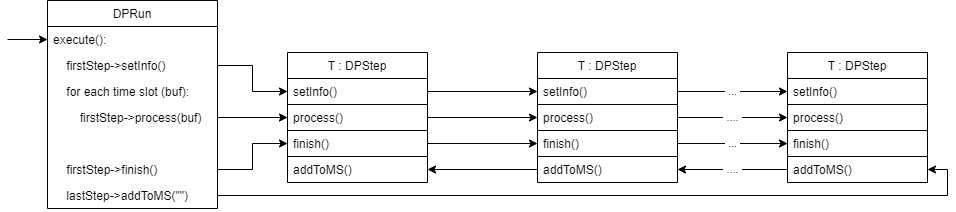
The draw.io diagram docs/doxygen/images/flow.png in lofar-astron/DP3, before a commit. Source tidied: cells renumbered, new cells last; positions are measured from the earlier drawing's top-left corner, leaving out a move shared by most shapes. Source of this version:
```xml
<mxGraphModel>
  <root>
    <mxCell id="0" />
    <mxCell id="1" parent="0" />
    <mxCell id="2" value="T : DPStep" style="swimlane;fontStyle=0;horizontal=1;startSize=26;fillColor=none;" parent="1" vertex="1">
      <mxGeometry x="280" y="52" width="140" height="130" as="geometry" />
    </mxCell>
    <mxCell id="3" value="setInfo()" style="text;align=left;verticalAlign=top;spacingLeft=4;spacingRight=4;overflow=hidden;points=[[0,0.5],[1,0.5]];portConstraint=eastwest;strokeColor=#000000;" parent="2" vertex="1">
      <mxGeometry y="26" width="140" height="26" as="geometry" />
    </mxCell>
    <mxCell id="4" value="process()" style="text;strokeColor=none;fillColor=none;align=left;verticalAlign=top;spacingLeft=4;spacingRight=4;overflow=hidden;points=[[0,0.5],[1,0.5]];portConstraint=eastwest;" parent="2" vertex="1">
      <mxGeometry y="52" width="140" height="26" as="geometry" />
    </mxCell>
    <mxCell id="5" value="finish()" style="text;strokeColor=#000000;fillColor=none;align=left;verticalAlign=top;spacingLeft=4;spacingRight=4;overflow=hidden;points=[[0,0.5],[1,0.5]];portConstraint=eastwest;" parent="2" vertex="1">
      <mxGeometry y="78" width="140" height="26" as="geometry" />
    </mxCell>
    <mxCell id="6" value="addToMS()" style="text;strokeColor=none;fillColor=none;align=left;verticalAlign=top;spacingLeft=4;spacingRight=4;overflow=hidden;points=[[0,0.5],[1,0.5]];portConstraint=eastwest;" parent="2" vertex="1">
      <mxGeometry y="104" width="140" height="26" as="geometry" />
    </mxCell>
    <mxCell id="7" style="edgeStyle=orthogonalEdgeStyle;rounded=0;jettySize=auto;html=1;entryX=0;entryY=0.5;entryDx=0;entryDy=0;" parent="1" edge="1" source="3" target="16">
      <mxGeometry relative="1" as="geometry" />
    </mxCell>
    <mxCell id="8" style="edgeStyle=orthogonalEdgeStyle;rounded=0;jettySize=auto;html=1;entryX=0;entryY=0.5;entryDx=0;entryDy=0;" parent="1" edge="1" source="4" target="17">
      <mxGeometry relative="1" as="geometry" />
    </mxCell>
    <mxCell id="9" style="edgeStyle=orthogonalEdgeStyle;rounded=0;jettySize=auto;html=1;entryX=0;entryY=0.5;entryDx=0;entryDy=0;" parent="1" edge="1" source="5" target="18">
      <mxGeometry relative="1" as="geometry" />
    </mxCell>
    <mxCell id="10" style="edgeStyle=orthogonalEdgeStyle;rounded=0;jettySize=auto;html=1;entryX=1;entryY=0.5;entryDx=0;entryDy=0;" parent="1" edge="1" source="19" target="6">
      <mxGeometry relative="1" as="geometry" />
    </mxCell>
    <mxCell id="11" value="&amp;nbsp;...&amp;nbsp;" style="edgeStyle=orthogonalEdgeStyle;rounded=0;jettySize=auto;html=1;entryX=0;entryY=0.5;entryDx=0;entryDy=0;" parent="1" edge="1" source="16" target="21">
      <mxGeometry relative="1" as="geometry" />
    </mxCell>
    <mxCell id="12" value="&amp;nbsp;....&amp;nbsp;" style="edgeStyle=orthogonalEdgeStyle;rounded=0;jettySize=auto;html=1;" parent="1" edge="1" source="17" target="22">
      <mxGeometry relative="1" as="geometry" />
    </mxCell>
    <mxCell id="13" value="&amp;nbsp;....&amp;nbsp;" style="edgeStyle=orthogonalEdgeStyle;rounded=0;jettySize=auto;html=1;entryX=1;entryY=0.5;entryDx=0;entryDy=0;" parent="1" edge="1" source="24" target="19">
      <mxGeometry relative="1" as="geometry" />
    </mxCell>
    <mxCell id="14" value="&amp;nbsp;...&amp;nbsp;" style="edgeStyle=orthogonalEdgeStyle;rounded=0;jettySize=auto;html=1;entryX=0;entryY=0.5;entryDx=0;entryDy=0;" parent="1" edge="1" source="18" target="23">
      <mxGeometry relative="1" as="geometry" />
    </mxCell>
    <mxCell id="15" value="T : DPStep" style="swimlane;fontStyle=0;horizontal=1;startSize=26;fillColor=none;" parent="1" vertex="1">
      <mxGeometry x="530" y="52" width="140" height="130" as="geometry" />
    </mxCell>
    <mxCell id="16" value="setInfo()" style="text;strokeColor=#000000;fillColor=none;align=left;verticalAlign=top;spacingLeft=4;spacingRight=4;overflow=hidden;points=[[0,0.5],[1,0.5]];portConstraint=eastwest;" parent="15" vertex="1">
      <mxGeometry y="26" width="140" height="26" as="geometry" />
    </mxCell>
    <mxCell id="17" value="process()" style="text;strokeColor=none;fillColor=none;align=left;verticalAlign=top;spacingLeft=4;spacingRight=4;overflow=hidden;points=[[0,0.5],[1,0.5]];portConstraint=eastwest;" parent="15" vertex="1">
      <mxGeometry y="52" width="140" height="26" as="geometry" />
    </mxCell>
    <mxCell id="18" value="finish()" style="text;strokeColor=#000000;fillColor=none;align=left;verticalAlign=top;spacingLeft=4;spacingRight=4;overflow=hidden;points=[[0,0.5],[1,0.5]];portConstraint=eastwest;" parent="15" vertex="1">
      <mxGeometry y="78" width="140" height="26" as="geometry" />
    </mxCell>
    <mxCell id="19" value="addToMS()" style="text;strokeColor=none;fillColor=none;align=left;verticalAlign=top;spacingLeft=4;spacingRight=4;overflow=hidden;points=[[0,0.5],[1,0.5]];portConstraint=eastwest;" parent="15" vertex="1">
      <mxGeometry y="104" width="140" height="26" as="geometry" />
    </mxCell>
    <mxCell id="20" value="T : DPStep" style="swimlane;fontStyle=0;horizontal=1;startSize=26;fillColor=none;" parent="1" vertex="1">
      <mxGeometry x="780" y="52" width="140" height="130" as="geometry" />
    </mxCell>
    <mxCell id="21" value="setInfo()" style="text;strokeColor=#000000;fillColor=none;align=left;verticalAlign=top;spacingLeft=4;spacingRight=4;overflow=hidden;points=[[0,0.5],[1,0.5]];portConstraint=eastwest;" parent="20" vertex="1">
      <mxGeometry y="26" width="140" height="26" as="geometry" />
    </mxCell>
    <mxCell id="22" value="process()" style="text;strokeColor=none;fillColor=none;align=left;verticalAlign=top;spacingLeft=4;spacingRight=4;overflow=hidden;points=[[0,0.5],[1,0.5]];portConstraint=eastwest;" parent="20" vertex="1">
      <mxGeometry y="52" width="140" height="26" as="geometry" />
    </mxCell>
    <mxCell id="23" value="finish()" style="text;strokeColor=#000000;fillColor=none;align=left;verticalAlign=top;spacingLeft=4;spacingRight=4;overflow=hidden;points=[[0,0.5],[1,0.5]];portConstraint=eastwest;" parent="20" vertex="1">
      <mxGeometry y="78" width="140" height="26" as="geometry" />
    </mxCell>
    <mxCell id="24" value="addToMS()" style="text;strokeColor=none;fillColor=none;align=left;verticalAlign=top;spacingLeft=4;spacingRight=4;overflow=hidden;points=[[0,0.5],[1,0.5]];portConstraint=eastwest;" parent="20" vertex="1">
      <mxGeometry y="104" width="140" height="26" as="geometry" />
    </mxCell>
    <mxCell id="25" style="edgeStyle=orthogonalEdgeStyle;rounded=0;jettySize=auto;html=1;entryX=0;entryY=0.5;entryDx=0;entryDy=0;" parent="1" edge="1" source="30" target="3">
      <mxGeometry relative="1" as="geometry" />
    </mxCell>
    <mxCell id="26" style="edgeStyle=orthogonalEdgeStyle;rounded=0;jettySize=auto;html=1;entryX=0;entryY=0.5;entryDx=0;entryDy=0;" parent="1" edge="1" source="32" target="4">
      <mxGeometry relative="1" as="geometry" />
    </mxCell>
    <mxCell id="27" style="edgeStyle=orthogonalEdgeStyle;rounded=0;jettySize=auto;html=1;entryX=1;entryY=0.5;entryDx=0;entryDy=0;" parent="1" edge="1" source="35" target="24">
      <mxGeometry relative="1" as="geometry">
        <Array as="points">
          <mxPoint x="940" y="195" />
          <mxPoint x="940" y="169" />
        </Array>
      </mxGeometry>
    </mxCell>
    <mxCell id="28" value="DPRun" style="swimlane;fontStyle=0;horizontal=1;startSize=26;fillColor=none;" parent="1" vertex="1">
      <mxGeometry x="40" width="170" height="208" as="geometry" />
    </mxCell>
    <mxCell id="29" value="execute():" style="text;align=left;verticalAlign=top;spacingLeft=4;spacingRight=4;overflow=hidden;points=[[0,0.5],[1,0.5]];portConstraint=eastwest;strokeColor=none;" parent="28" vertex="1">
      <mxGeometry y="26" width="170" height="26" as="geometry" />
    </mxCell>
    <mxCell id="30" value="    firstStep-&gt;setInfo()" style="text;strokeColor=none;fillColor=none;align=left;verticalAlign=top;spacingLeft=4;spacingRight=4;overflow=hidden;points=[[0,0.5],[1,0.5]];portConstraint=eastwest;" parent="28" vertex="1">
      <mxGeometry y="52" width="170" height="26" as="geometry" />
    </mxCell>
    <mxCell id="31" value="    for each time slot (buf):" style="text;strokeColor=none;fillColor=none;align=left;verticalAlign=top;spacingLeft=4;spacingRight=4;overflow=hidden;" parent="28" vertex="1">
      <mxGeometry y="78" width="170" height="26" as="geometry" />
    </mxCell>
    <mxCell id="32" value="        firstStep-&gt;process(buf)" style="text;strokeColor=none;fillColor=none;align=left;verticalAlign=top;spacingLeft=4;spacingRight=4;overflow=hidden;points=[[0,0.5],[1,0.5]];portConstraint=eastwest;" parent="28" vertex="1">
      <mxGeometry y="104" width="170" height="26" as="geometry" />
    </mxCell>
    <mxCell id="33" value=" " style="text;strokeColor=none;fillColor=none;align=left;verticalAlign=top;spacingLeft=4;spacingRight=4;overflow=hidden;" parent="28" vertex="1">
      <mxGeometry y="130" width="170" height="26" as="geometry" />
    </mxCell>
    <mxCell id="34" value="    firstStep-&gt;finish()" style="text;strokeColor=none;fillColor=none;align=left;verticalAlign=top;spacingLeft=4;spacingRight=4;overflow=hidden;points=[[0,0.5],[1,0.5]];portConstraint=eastwest;" parent="28" vertex="1">
      <mxGeometry y="156" width="170" height="26" as="geometry" />
    </mxCell>
    <mxCell id="35" value="    lastStep-&gt;addToMS(&quot;&quot;)" style="text;strokeColor=none;fillColor=none;align=left;verticalAlign=top;spacingLeft=4;spacingRight=4;overflow=hidden;points=[[0,0.5],[1,0.5]];portConstraint=eastwest;" parent="28" vertex="1">
      <mxGeometry y="182" width="170" height="26" as="geometry" />
    </mxCell>
    <mxCell id="36" style="edgeStyle=orthogonalEdgeStyle;rounded=0;jettySize=auto;html=1;entryX=0;entryY=0.5;entryDx=0;entryDy=0;" parent="1" edge="1" source="34" target="5">
      <mxGeometry relative="1" as="geometry" />
    </mxCell>
    <mxCell id="37" style="edgeStyle=orthogonalEdgeStyle;rounded=0;jettySize=auto;html=1;startArrow=classic;startFill=1;endArrow=none;endFill=0;" parent="1" edge="1" source="29">
      <mxGeometry relative="1" as="geometry">
        <mxPoint y="39" as="targetPoint" />
      </mxGeometry>
    </mxCell>
  </root>
</mxGraphModel>
```
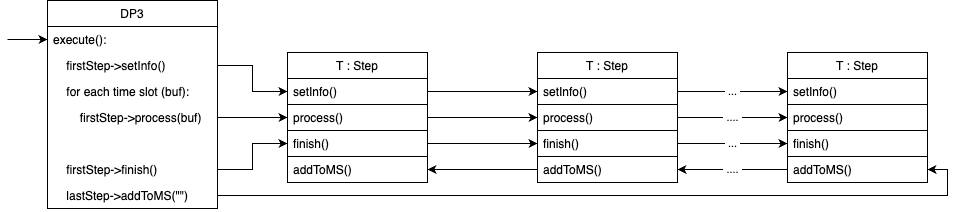
After the commit.

Change to the diagram source:
```diff
@@ -2,7 +2,7 @@
   <root>
     <mxCell id="0" />
     <mxCell id="1" parent="0" />
-    <mxCell id="2" value="T : DPStep" style="swimlane;fontStyle=0;horizontal=1;startSize=26;fillColor=none;" parent="1" vertex="1">
+    <mxCell id="2" value="T : Step" style="swimlane;fontStyle=0;horizontal=1;startSize=26;" parent="1" vertex="1">
       <mxGeometry x="280" y="52" width="140" height="130" as="geometry" />
     </mxCell>
     <mxCell id="3" value="setInfo()" style="text;align=left;verticalAlign=top;spacingLeft=4;spacingRight=4;overflow=hidden;points=[[0,0.5],[1,0.5]];portConstraint=eastwest;strokeColor=#000000;" parent="2" vertex="1">
@@ -41,7 +41,7 @@
     <mxCell id="14" value="&amp;nbsp;...&amp;nbsp;" style="edgeStyle=orthogonalEdgeStyle;rounded=0;jettySize=auto;html=1;entryX=0;entryY=0.5;entryDx=0;entryDy=0;" parent="1" edge="1" source="18" target="23">
       <mxGeometry relative="1" as="geometry" />
     </mxCell>
-    <mxCell id="15" value="T : DPStep" style="swimlane;fontStyle=0;horizontal=1;startSize=26;fillColor=none;" parent="1" vertex="1">
+    <mxCell id="15" value="T : Step" style="swimlane;fontStyle=0;horizontal=1;startSize=26;" parent="1" vertex="1">
       <mxGeometry x="530" y="52" width="140" height="130" as="geometry" />
     </mxCell>
     <mxCell id="16" value="setInfo()" style="text;strokeColor=#000000;fillColor=none;align=left;verticalAlign=top;spacingLeft=4;spacingRight=4;overflow=hidden;points=[[0,0.5],[1,0.5]];portConstraint=eastwest;" parent="15" vertex="1">
@@ -56,13 +56,13 @@
     <mxCell id="19" value="addToMS()" style="text;strokeColor=none;fillColor=none;align=left;verticalAlign=top;spacingLeft=4;spacingRight=4;overflow=hidden;points=[[0,0.5],[1,0.5]];portConstraint=eastwest;" parent="15" vertex="1">
       <mxGeometry y="104" width="140" height="26" as="geometry" />
     </mxCell>
-    <mxCell id="20" value="T : DPStep" style="swimlane;fontStyle=0;horizontal=1;startSize=26;fillColor=none;" parent="1" vertex="1">
+    <mxCell id="20" value="T : Step" style="swimlane;fontStyle=0;horizontal=1;startSize=26;" parent="1" vertex="1">
       <mxGeometry x="780" y="52" width="140" height="130" as="geometry" />
     </mxCell>
     <mxCell id="21" value="setInfo()" style="text;strokeColor=#000000;fillColor=none;align=left;verticalAlign=top;spacingLeft=4;spacingRight=4;overflow=hidden;points=[[0,0.5],[1,0.5]];portConstraint=eastwest;" parent="20" vertex="1">
       <mxGeometry y="26" width="140" height="26" as="geometry" />
     </mxCell>
-    <mxCell id="22" value="process()" style="text;strokeColor=none;fillColor=none;align=left;verticalAlign=top;spacingLeft=4;spacingRight=4;overflow=hidden;points=[[0,0.5],[1,0.5]];portConstraint=eastwest;" parent="20" vertex="1">
+    <mxCell id="22" value="process()" style="text;align=left;verticalAlign=top;spacingLeft=4;spacingRight=4;overflow=hidden;points=[[0,0.5],[1,0.5]];portConstraint=eastwest;" parent="20" vertex="1">
       <mxGeometry y="52" width="140" height="26" as="geometry" />
     </mxCell>
     <mxCell id="23" value="finish()" style="text;strokeColor=#000000;fillColor=none;align=left;verticalAlign=top;spacingLeft=4;spacingRight=4;overflow=hidden;points=[[0,0.5],[1,0.5]];portConstraint=eastwest;" parent="20" vertex="1">
@@ -85,28 +85,28 @@
         </Array>
       </mxGeometry>
     </mxCell>
-    <mxCell id="28" value="DPRun" style="swimlane;fontStyle=0;horizontal=1;startSize=26;fillColor=none;" parent="1" vertex="1">
+    <mxCell id="28" value="DP3" style="swimlane;fontStyle=0;horizontal=1;startSize=26;" parent="1" vertex="1">
       <mxGeometry x="40" width="170" height="208" as="geometry" />
     </mxCell>
     <mxCell id="29" value="execute():" style="text;align=left;verticalAlign=top;spacingLeft=4;spacingRight=4;overflow=hidden;points=[[0,0.5],[1,0.5]];portConstraint=eastwest;strokeColor=none;" parent="28" vertex="1">
       <mxGeometry y="26" width="170" height="26" as="geometry" />
     </mxCell>
-    <mxCell id="30" value="    firstStep-&gt;setInfo()" style="text;strokeColor=none;fillColor=none;align=left;verticalAlign=top;spacingLeft=4;spacingRight=4;overflow=hidden;points=[[0,0.5],[1,0.5]];portConstraint=eastwest;" parent="28" vertex="1">
+    <mxCell id="30" value="    firstStep-&gt;setInfo()" style="text;align=left;verticalAlign=top;spacingLeft=4;spacingRight=4;overflow=hidden;points=[[0,0.5],[1,0.5]];portConstraint=eastwest;" parent="28" vertex="1">
       <mxGeometry y="52" width="170" height="26" as="geometry" />
     </mxCell>
-    <mxCell id="31" value="    for each time slot (buf):" style="text;strokeColor=none;fillColor=none;align=left;verticalAlign=top;spacingLeft=4;spacingRight=4;overflow=hidden;" parent="28" vertex="1">
+    <mxCell id="31" value="    for each time slot (buf):" style="text;align=left;verticalAlign=top;spacingLeft=4;spacingRight=4;overflow=hidden;" parent="28" vertex="1">
       <mxGeometry y="78" width="170" height="26" as="geometry" />
     </mxCell>
-    <mxCell id="32" value="        firstStep-&gt;process(buf)" style="text;strokeColor=none;fillColor=none;align=left;verticalAlign=top;spacingLeft=4;spacingRight=4;overflow=hidden;points=[[0,0.5],[1,0.5]];portConstraint=eastwest;" parent="28" vertex="1">
+    <mxCell id="32" value="        firstStep-&gt;process(buf)" style="text;align=left;verticalAlign=top;spacingLeft=4;spacingRight=4;overflow=hidden;points=[[0,0.5],[1,0.5]];portConstraint=eastwest;" parent="28" vertex="1">
       <mxGeometry y="104" width="170" height="26" as="geometry" />
     </mxCell>
-    <mxCell id="33" value=" " style="text;strokeColor=none;fillColor=none;align=left;verticalAlign=top;spacingLeft=4;spacingRight=4;overflow=hidden;" parent="28" vertex="1">
+    <mxCell id="33" value=" " style="text;align=left;verticalAlign=top;spacingLeft=4;spacingRight=4;overflow=hidden;" parent="28" vertex="1">
       <mxGeometry y="130" width="170" height="26" as="geometry" />
     </mxCell>
-    <mxCell id="34" value="    firstStep-&gt;finish()" style="text;strokeColor=none;fillColor=none;align=left;verticalAlign=top;spacingLeft=4;spacingRight=4;overflow=hidden;points=[[0,0.5],[1,0.5]];portConstraint=eastwest;" parent="28" vertex="1">
+    <mxCell id="34" value="    firstStep-&gt;finish()" style="text;align=left;verticalAlign=top;spacingLeft=4;spacingRight=4;overflow=hidden;points=[[0,0.5],[1,0.5]];portConstraint=eastwest;" parent="28" vertex="1">
       <mxGeometry y="156" width="170" height="26" as="geometry" />
     </mxCell>
-    <mxCell id="35" value="    lastStep-&gt;addToMS(&quot;&quot;)" style="text;strokeColor=none;fillColor=none;align=left;verticalAlign=top;spacingLeft=4;spacingRight=4;overflow=hidden;points=[[0,0.5],[1,0.5]];portConstraint=eastwest;" parent="28" vertex="1">
+    <mxCell id="35" value="    lastStep-&gt;addToMS(&quot;&quot;)" style="text;align=left;verticalAlign=top;spacingLeft=4;spacingRight=4;overflow=hidden;points=[[0,0.5],[1,0.5]];portConstraint=eastwest;" parent="28" vertex="1">
       <mxGeometry y="182" width="170" height="26" as="geometry" />
     </mxCell>
     <mxCell id="36" style="edgeStyle=orthogonalEdgeStyle;rounded=0;jettySize=auto;html=1;entryX=0;entryY=0.5;entryDx=0;entryDy=0;" parent="1" edge="1" source="34" target="5">
```
